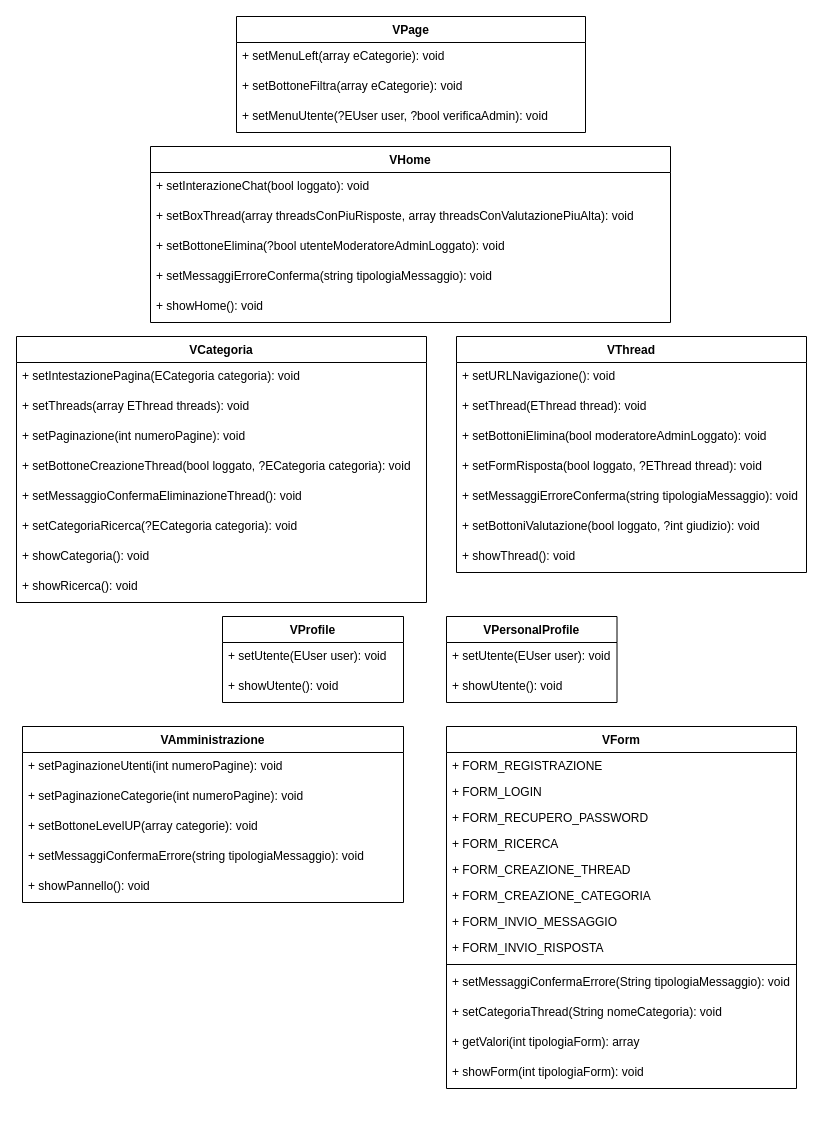
Before: Diagrammi/UMLView.drawio in EdoPan/UniChat, a draw.io diagram. Source tidied: cells renumbered, new cells numbered last; positions are measured from the earlier drawing's top-left corner, leaving out a move shared by most shapes. Both pictures are drawn from the tidied source at 100%, with x=0, y=0 at pixel (16, 16).
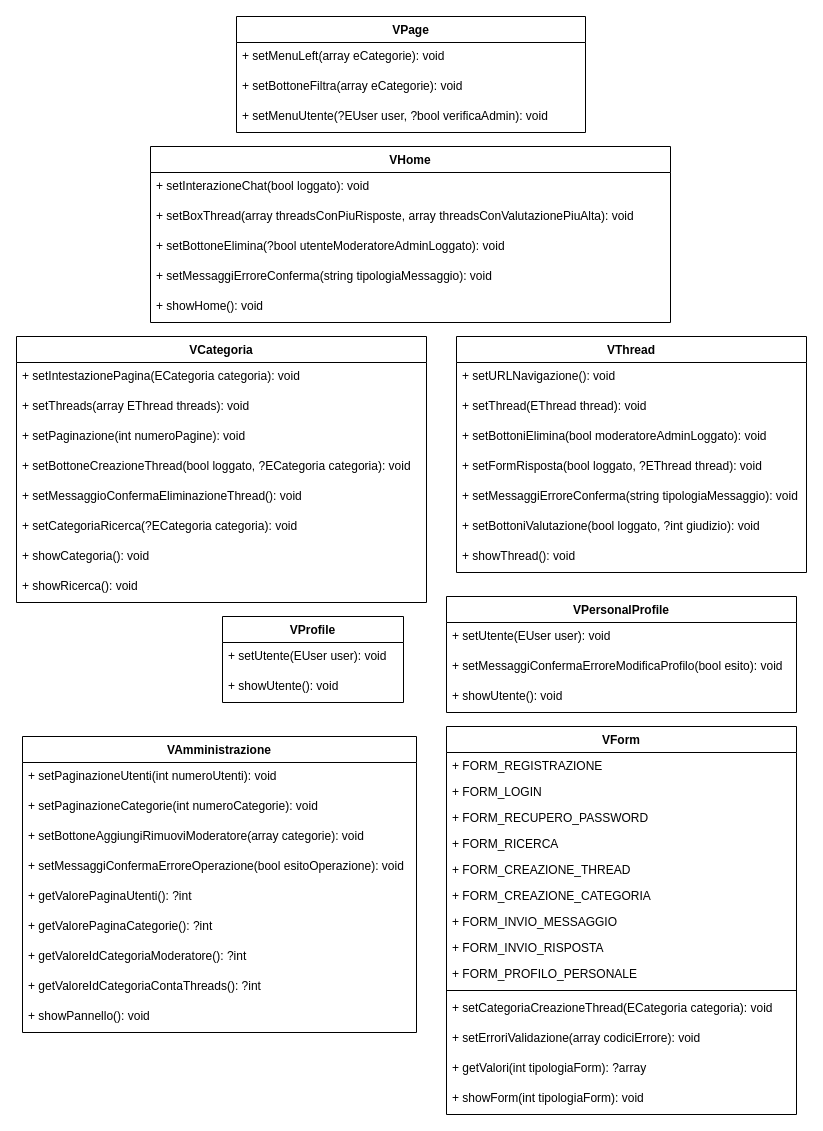
The same diagram, later.

Commit message:
Modifica metodi per VForm, VAmministrazione, VPersonaProfile

Diff of the diagram source:
```diff
@@
     <mxCell id="29" value="VAmministrazione" style="swimlane;fontStyle=1;align=center;verticalAlign=top;horizontal=1;startSize=26;" parent="1" vertex="1">
-      <mxGeometry x="6" y="710" width="381" height="176" as="geometry" />
+      <mxGeometry x="6" y="720" width="394" height="296" as="geometry" />
     </mxCell>
-    <mxCell id="30" value="+ setPaginazioneUtenti(int numeroPagine): void" style="text;strokeColor=none;fillColor=none;align=left;verticalAlign=top;spacingLeft=4;spacingRight=4;overflow=hidden;" parent="29" vertex="1">
-      <mxGeometry y="26" width="381" height="30" as="geometry" />
+    <mxCell id="30" value="+ setPaginazioneUtenti(int numeroUtenti): void" style="text;strokeColor=none;fillColor=none;align=left;verticalAlign=top;spacingLeft=4;spacingRight=4;overflow=hidden;" parent="29" vertex="1">
+      <mxGeometry y="26" width="394" height="30" as="geometry" />
     </mxCell>
-    <mxCell id="31" value="+ setPaginazioneCategorie(int numeroPagine): void" style="text;strokeColor=none;fillColor=none;align=left;verticalAlign=top;spacingLeft=4;spacingRight=4;overflow=hidden;" parent="29" vertex="1">
-      <mxGeometry y="56" width="381" height="30" as="geometry" />
+    <mxCell id="31" value="+ setPaginazioneCategorie(int numeroCategorie): void" style="text;strokeColor=none;fillColor=none;align=left;verticalAlign=top;spacingLeft=4;spacingRight=4;overflow=hidden;" parent="29" vertex="1">
+      <mxGeometry y="56" width="394" height="30" as="geometry" />
     </mxCell>
-    <mxCell id="32" value="+ setBottoneLevelUP(array categorie): void" style="text;strokeColor=none;fillColor=none;align=left;verticalAlign=top;spacingLeft=4;spacingRight=4;overflow=hidden;" parent="29" vertex="1">
-      <mxGeometry y="86" width="381" height="30" as="geometry" />
+    <mxCell id="32" value="+ setBottoneAggiungiRimuoviModeratore(array categorie): void" style="text;strokeColor=none;fillColor=none;align=left;verticalAlign=top;spacingLeft=4;spacingRight=4;overflow=hidden;" parent="29" vertex="1">
+      <mxGeometry y="86" width="394" height="30" as="geometry" />
     </mxCell>
-    <mxCell id="33" value="+ setMessaggiConfermaErrore(string tipologiaMessaggio): void" style="text;strokeColor=none;fillColor=none;align=left;verticalAlign=top;spacingLeft=4;spacingRight=4;overflow=hidden;" parent="29" vertex="1">
-      <mxGeometry y="116" width="381" height="30" as="geometry" />
+    <mxCell id="33" value="+ setMessaggiConfermaErroreOperazione(bool esitoOperazione): void" style="text;strokeColor=none;fillColor=none;align=left;verticalAlign=top;spacingLeft=4;spacingRight=4;overflow=hidden;" parent="29" vertex="1">
+      <mxGeometry y="116" width="394" height="30" as="geometry" />
     </mxCell>
+    <mxCell id="55" value="+ getValorePaginaUtenti(): ?int" style="text;strokeColor=none;fillColor=none;align=left;verticalAlign=top;spacingLeft=4;spacingRight=4;overflow=hidden;" parent="29" vertex="1">
+      <mxGeometry y="146" width="394" height="30" as="geometry" />
+    </mxCell>
+    <mxCell id="56" value="+ getValorePaginaCategorie(): ?int" style="text;strokeColor=none;fillColor=none;align=left;verticalAlign=top;spacingLeft=4;spacingRight=4;overflow=hidden;" parent="29" vertex="1">
+      <mxGeometry y="176" width="394" height="30" as="geometry" />
+    </mxCell>
+    <mxCell id="57" value="+ getValoreIdCategoriaModeratore(): ?int" style="text;strokeColor=none;fillColor=none;align=left;verticalAlign=top;spacingLeft=4;spacingRight=4;overflow=hidden;" parent="29" vertex="1">
+      <mxGeometry y="206" width="394" height="30" as="geometry" />
+    </mxCell>
+    <mxCell id="58" value="+ getValoreIdCategoriaContaThreads(): ?int" style="text;strokeColor=none;fillColor=none;align=left;verticalAlign=top;spacingLeft=4;spacingRight=4;overflow=hidden;" parent="29" vertex="1">
+      <mxGeometry y="236" width="394" height="30" as="geometry" />
+    </mxCell>
     <mxCell id="34" value="+ showPannello(): void" style="text;strokeColor=none;fillColor=none;align=left;verticalAlign=top;spacingLeft=4;spacingRight=4;overflow=hidden;" parent="29" vertex="1">
-      <mxGeometry y="146" width="381" height="30" as="geometry" />
+      <mxGeometry y="266" width="394" height="30" as="geometry" />
     </mxCell>
     <mxCell id="35" value="VPersonalProfile" style="swimlane;fontStyle=1;align=center;verticalAlign=top;horizontal=1;startSize=26;" parent="1" vertex="1">
-      <mxGeometry x="430" y="600" width="170.5" height="86" as="geometry" />
+      <mxGeometry x="430" y="580" width="350" height="116" as="geometry" />
     </mxCell>
     <mxCell id="36" value="+ setUtente(EUser user): void" style="text;strokeColor=none;fillColor=none;align=left;verticalAlign=top;spacingLeft=4;spacingRight=4;overflow=hidden;" parent="35" vertex="1">
-      <mxGeometry y="26" width="170.5" height="30" as="geometry" />
+      <mxGeometry y="26" width="350" height="30" as="geometry" />
     </mxCell>
+    <mxCell id="59" value="+ setMessaggiConfermaErroreModificaProfilo(bool esito): void" style="text;strokeColor=none;fillColor=none;align=left;verticalAlign=top;spacingLeft=4;spacingRight=4;overflow=hidden;" parent="35" vertex="1">
+      <mxGeometry y="56" width="350" height="30" as="geometry" />
+    </mxCell>
     <mxCell id="37" value="+ showUtente(): void" style="text;strokeColor=none;fillColor=none;align=left;verticalAlign=top;spacingLeft=4;spacingRight=4;overflow=hidden;" parent="35" vertex="1">
-      <mxGeometry y="56" width="170.5" height="30" as="geometry" />
+      <mxGeometry y="86" width="350" height="30" as="geometry" />
     </mxCell>
@@
     <mxCell id="41" value="VForm" style="swimlane;fontStyle=1;align=center;verticalAlign=top;horizontal=1;startSize=26;" parent="1" vertex="1">
-      <mxGeometry x="430" y="710" width="350" height="362" as="geometry" />
+      <mxGeometry x="430" y="710" width="350" height="388" as="geometry" />
     </mxCell>
@@
+    <mxCell id="60" value="+ FORM_PROFILO_PERSONALE" style="text;strokeColor=none;fillColor=none;align=left;verticalAlign=top;spacingLeft=4;spacingRight=4;overflow=hidden;" parent="41" vertex="1">
+      <mxGeometry y="234" width="350" height="26" as="geometry" />
+    </mxCell>
     <mxCell id="50" style="line;strokeWidth=1;fillColor=none;align=left;verticalAlign=middle;spacingTop=-1;spacingLeft=3;spacingRight=3;labelPosition=right;" parent="41" vertex="1">
-      <mxGeometry y="234" width="350" height="8" as="geometry" />
+      <mxGeometry y="260" width="350" height="8" as="geometry" />
     </mxCell>
+    <mxCell id="52" value="+ setCategoriaCreazioneThread(ECategoria categoria): void" style="text;strokeColor=none;fillColor=none;align=left;verticalAlign=top;spacingLeft=4;spacingRight=4;overflow=hidden;" parent="41" vertex="1">
+      <mxGeometry y="268" width="350" height="30" as="geometry" />
+    </mxCell>
-    <mxCell id="51" value="+ setMessaggiConfermaErrore(String tipologiaMessaggio): void" style="text;strokeColor=none;fillColor=none;align=left;verticalAlign=top;spacingLeft=4;spacingRight=4;overflow=hidden;" parent="41" vertex="1">
-      <mxGeometry y="242" width="350" height="30" as="geometry" />
+    <mxCell id="51" value="+ setErroriValidazione(array codiciErrore): void" style="text;strokeColor=none;fillColor=none;align=left;verticalAlign=top;spacingLeft=4;spacingRight=4;overflow=hidden;" parent="41" vertex="1">
+      <mxGeometry y="298" width="350" height="30" as="geometry" />
     </mxCell>
-    <mxCell id="52" value="+ setCategoriaThread(String nomeCategoria): void" style="text;strokeColor=none;fillColor=none;align=left;verticalAlign=top;spacingLeft=4;spacingRight=4;overflow=hidden;" parent="41" vertex="1">
-      <mxGeometry y="272" width="350" height="30" as="geometry" />
-    </mxCell>
-    <mxCell id="53" value="+ getValori(int tipologiaForm): array" style="text;strokeColor=none;fillColor=none;align=left;verticalAlign=top;spacingLeft=4;spacingRight=4;overflow=hidden;" parent="41" vertex="1">
-      <mxGeometry y="302" width="350" height="30" as="geometry" />
+    <mxCell id="53" value="+ getValori(int tipologiaForm): ?array" style="text;strokeColor=none;fillColor=none;align=left;verticalAlign=top;spacingLeft=4;spacingRight=4;overflow=hidden;" parent="41" vertex="1">
+      <mxGeometry y="328" width="350" height="30" as="geometry" />
     </mxCell>
     <mxCell id="54" value="+ showForm(int tipologiaForm): void" style="text;strokeColor=none;fillColor=none;align=left;verticalAlign=top;spacingLeft=4;spacingRight=4;overflow=hidden;" parent="41" vertex="1">
-      <mxGeometry y="332" width="350" height="30" as="geometry" />
+      <mxGeometry y="358" width="350" height="30" as="geometry" />
     </mxCell>
```
